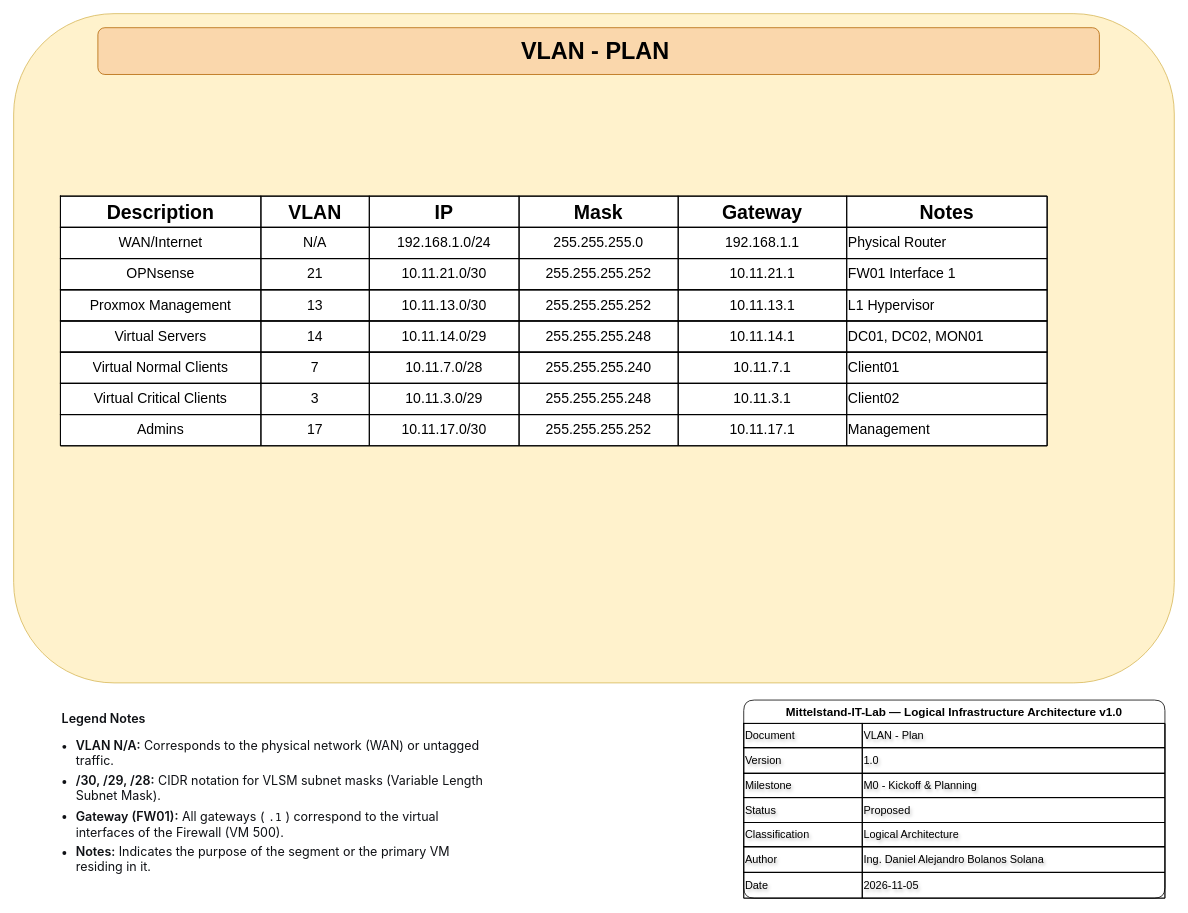
Above: docs/architecture/vlan-plan-v1.drawio in dabolanos86/mittelstand-it-lab (draw.io), before the change. Source tidied: cells renumbered, new cells numbered last; positions are measured from the earlier drawing's top-left corner, leaving out a move shared by most shapes. Both pictures are drawn from the tidied source at 78%, with x=0, y=0 at pixel (13, 13).
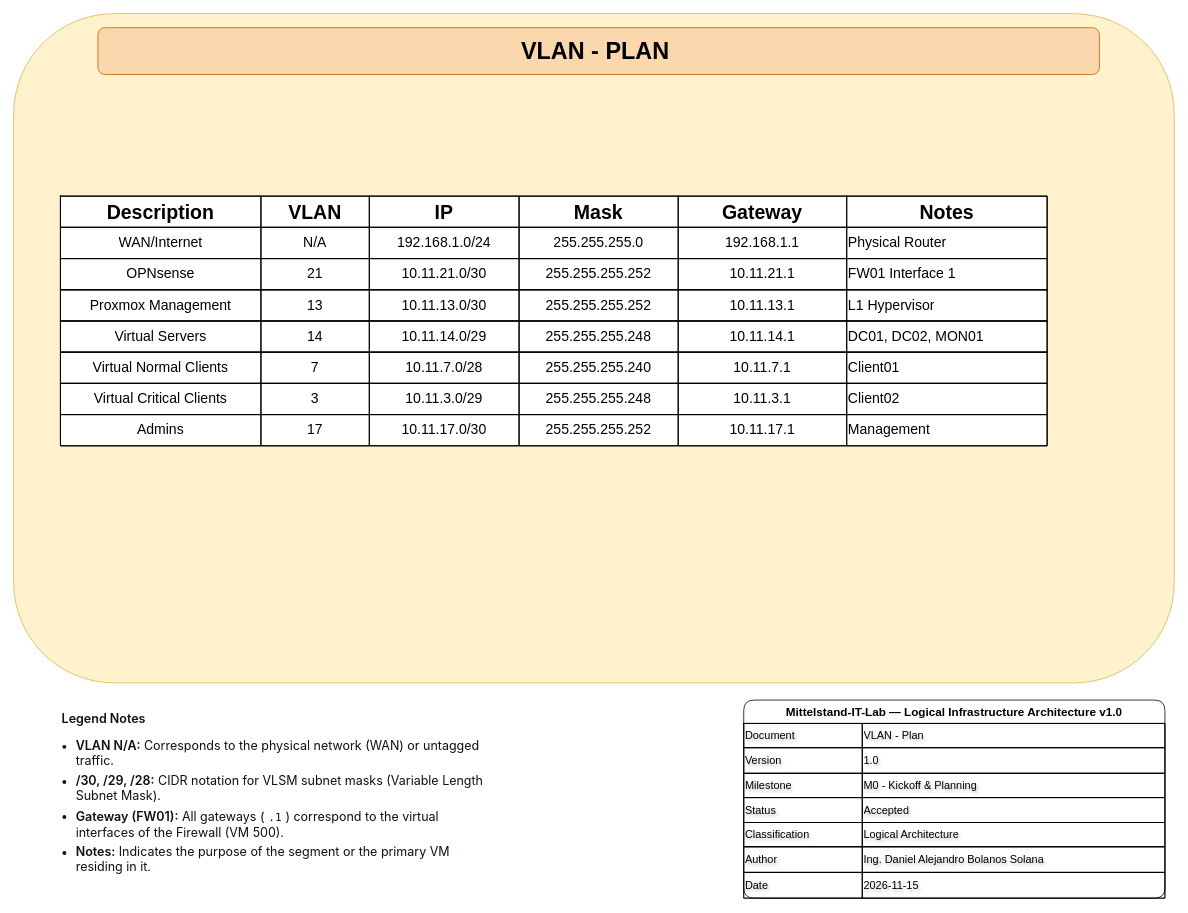
The same page after the edit.

Unchanged cells that the change refers to:
```xml
<mxCell id="13" style="shape=tableRow;horizontal=0;startSize=0;swimlaneHead=0;swimlaneBody=0;strokeColor=inherit;fillColor=none;fixedHeader=1;rounded=1;roundedPerimeter=1;fontColor=default;" parent="3" vertex="1">
  <mxGeometry y="125" width="540" height="32" as="geometry" />
</mxCell>
<mxCell id="22" style="shape=tableRow;horizontal=0;startSize=0;swimlaneHead=0;swimlaneBody=0;strokeColor=inherit;fillColor=none;fixedHeader=1;rounded=1;roundedPerimeter=1;fontColor=default;" parent="3" vertex="1">
  <mxGeometry y="221" width="540" height="33" as="geometry" />
</mxCell>
```

What changed in the source:
```diff
@@
-    <mxCell id="15" value="Proposed" style="shape=partialRectangle;html=1;whiteSpace=wrap;strokeColor=inherit;overflow=hidden;fillColor=none;rounded=1;roundedPerimeter=1;fontSize=14;align=left;labelBorderColor=none;textShadow=1;fontColor=default;" parent="13" vertex="1">
+    <mxCell id="15" value="Accepted" style="shape=partialRectangle;html=1;whiteSpace=wrap;strokeColor=inherit;overflow=hidden;fillColor=none;rounded=1;roundedPerimeter=1;fontSize=14;align=left;labelBorderColor=none;textShadow=1;fontColor=default;" parent="13" vertex="1">
       <mxGeometry x="152" width="388" height="32" as="geometry" />
     </mxCell>
@@
-    <mxCell id="24" value="2026-11-05" style="shape=partialRectangle;html=1;whiteSpace=wrap;strokeColor=inherit;overflow=hidden;fillColor=none;rounded=1;roundedPerimeter=1;fontSize=14;align=left;labelBorderColor=none;textShadow=1;fontColor=default;" parent="22" vertex="1">
+    <mxCell id="24" value="2026-11-15" style="shape=partialRectangle;html=1;whiteSpace=wrap;strokeColor=inherit;overflow=hidden;fillColor=none;rounded=1;roundedPerimeter=1;fontSize=14;align=left;labelBorderColor=none;textShadow=1;fontColor=default;" parent="22" vertex="1">
       <mxGeometry x="152" width="388" height="33" as="geometry" />
     </mxCell>
```
